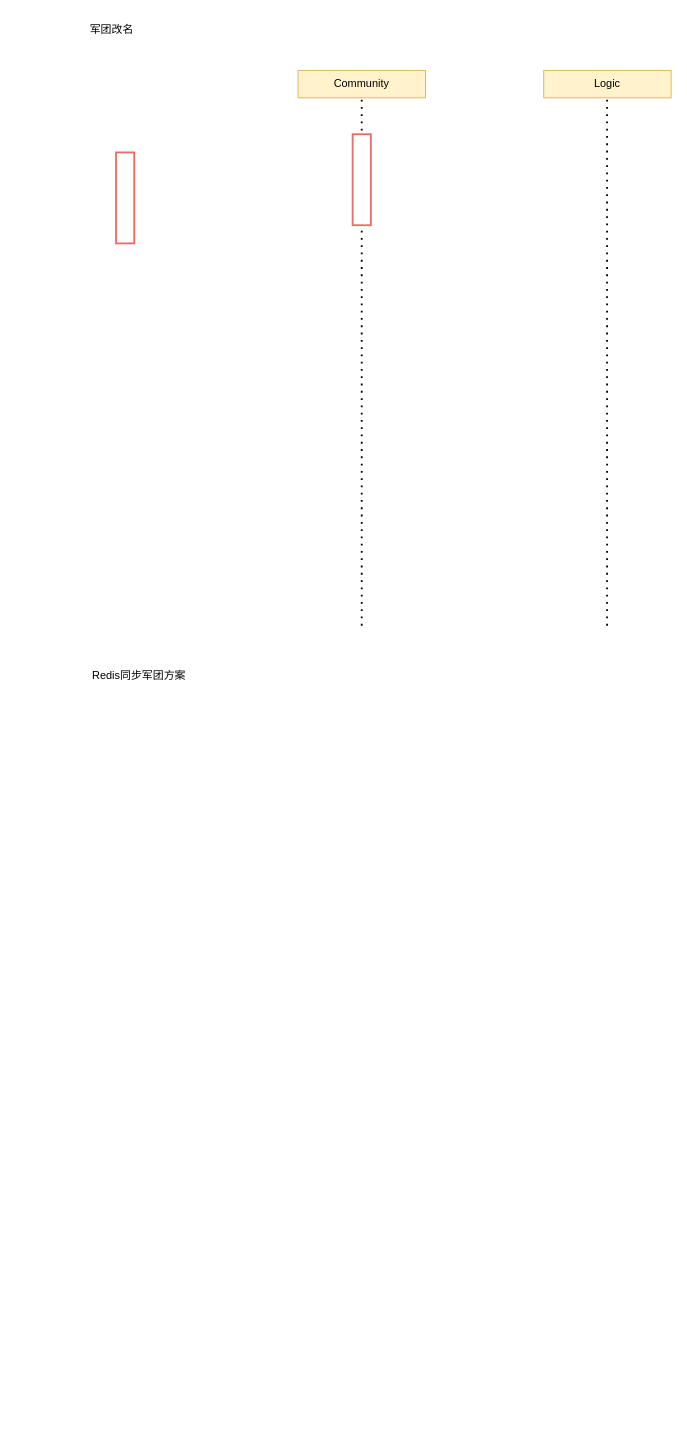
Ordertiny/graph keeps this draw.io diagram as SSJJ2/SSJJ2军团系统迭代.drawio. Above is the earlier version. Source tidied: cells renumbered, new cells numbered last; positions are measured from the earlier drawing's top-left corner, leaving out a move shared by most shapes. Both pictures are drawn from the tidied source at 91%, with x=0, y=0 at pixel (79, 15).
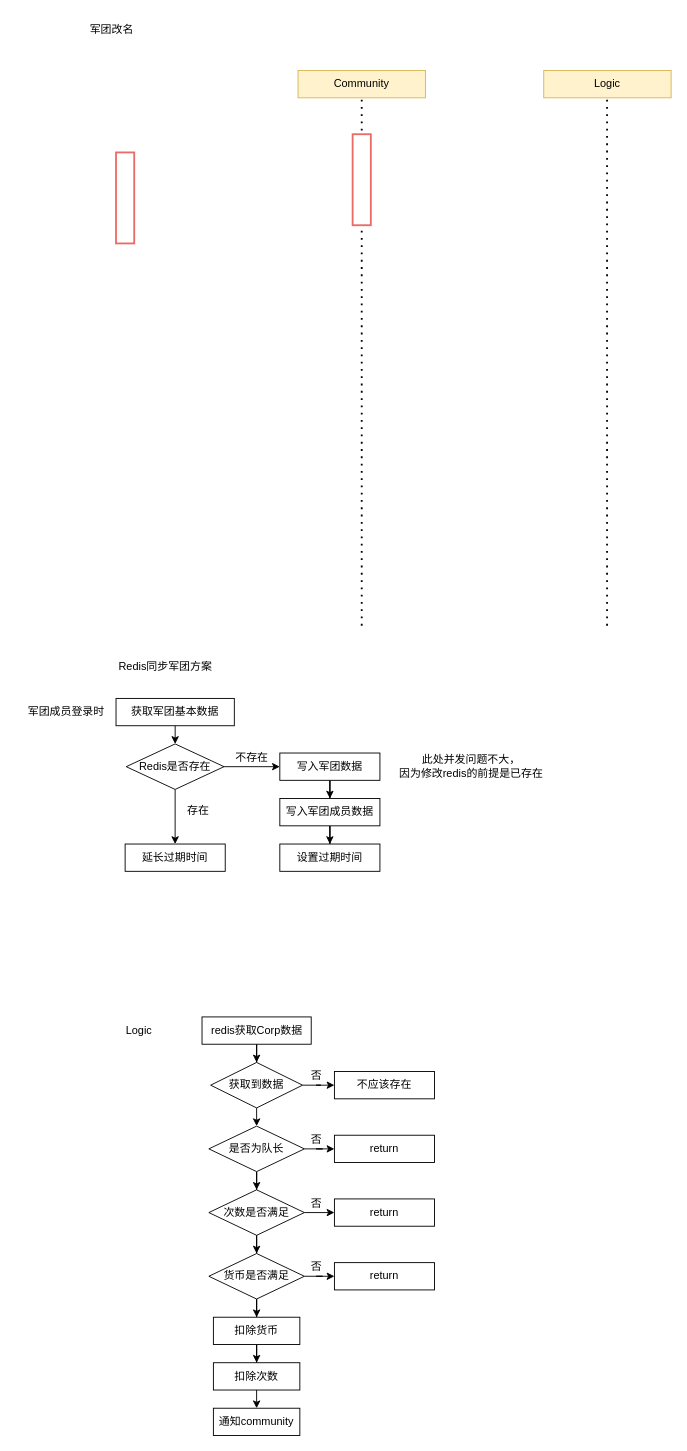
Above is the later version.

Commit message:
更新SSJJ2军团系统迭代.drawio

Diff of the diagram source:
```diff
@@
     <mxCell id="11" value="Redis同步军团方案" style="text;html=1;align=center;verticalAlign=middle;strokeColor=none;fillColor=none;" parent="1" vertex="1">
-      <mxGeometry y="710" width="130" height="30" as="geometry" />
+      <mxGeometry x="28.8" y="700" width="130" height="30" as="geometry" />
     </mxCell>
+    <mxCell id="12" style="edgeStyle=orthogonalEdgeStyle;rounded=0;jettySize=auto;html=1;exitX=0.5;exitY=1;exitDx=0;exitDy=0;entryX=0.5;entryY=0;entryDx=0;entryDy=0;" parent="1" edge="1" source="13" target="16">
+      <mxGeometry relative="1" as="geometry" />
+    </mxCell>
+    <mxCell id="13" value="获取军团基本数据" style="rounded=0;whiteSpace=wrap;html=1;" parent="1" vertex="1">
+      <mxGeometry x="40" y="750" width="130" height="30" as="geometry" />
+    </mxCell>
+    <mxCell id="14" style="edgeStyle=orthogonalEdgeStyle;rounded=0;jettySize=auto;html=1;exitX=1;exitY=0.5;exitDx=0;exitDy=0;" parent="1" edge="1" source="16" target="19">
+      <mxGeometry relative="1" as="geometry" />
+    </mxCell>
+    <mxCell id="15" style="edgeStyle=orthogonalEdgeStyle;rounded=0;jettySize=auto;html=1;exitX=0.5;exitY=1;exitDx=0;exitDy=0;" parent="1" edge="1" source="16" target="17">
+      <mxGeometry relative="1" as="geometry" />
+    </mxCell>
+    <mxCell id="16" value="Redis是否存在" style="rhombus;whiteSpace=wrap;html=1;" parent="1" vertex="1">
+      <mxGeometry x="51.2" y="800" width="107.5" height="50" as="geometry" />
+    </mxCell>
+    <mxCell id="17" value="延长过期时间" style="rounded=0;whiteSpace=wrap;html=1;" parent="1" vertex="1">
+      <mxGeometry x="50" y="910" width="110" height="30" as="geometry" />
+    </mxCell>
+    <mxCell id="18" style="edgeStyle=orthogonalEdgeStyle;rounded=0;jettySize=auto;html=1;exitX=0.5;exitY=1;exitDx=0;exitDy=0;" parent="1" edge="1" source="19" target="21">
+      <mxGeometry relative="1" as="geometry" />
+    </mxCell>
+    <mxCell id="19" value="写入军团数据" style="rounded=0;whiteSpace=wrap;html=1;" parent="1" vertex="1">
+      <mxGeometry x="220" y="810" width="110" height="30" as="geometry" />
+    </mxCell>
+    <mxCell id="20" style="edgeStyle=orthogonalEdgeStyle;rounded=0;jettySize=auto;html=1;exitX=0.5;exitY=1;exitDx=0;exitDy=0;" parent="1" edge="1" source="21" target="22">
+      <mxGeometry relative="1" as="geometry" />
+    </mxCell>
+    <mxCell id="21" value="写入军团成员数据" style="rounded=0;whiteSpace=wrap;html=1;" parent="1" vertex="1">
+      <mxGeometry x="220" y="860" width="110" height="30" as="geometry" />
+    </mxCell>
+    <mxCell id="22" value="设置过期时间" style="rounded=0;whiteSpace=wrap;html=1;" parent="1" vertex="1">
+      <mxGeometry x="220" y="910" width="110" height="30" as="geometry" />
+    </mxCell>
+    <mxCell id="23" value="军团成员登录时" style="text;html=1;align=center;verticalAlign=middle;strokeColor=none;fillColor=none;" parent="1" vertex="1">
+      <mxGeometry x="-70" y="750" width="110" height="30" as="geometry" />
+    </mxCell>
+    <mxCell id="24" value="此处并发问题不大，&lt;br&gt;因为修改redis的前提是已存在" style="text;html=1;align=center;verticalAlign=middle;strokeColor=none;fillColor=none;" parent="1" vertex="1">
+      <mxGeometry x="340" y="805" width="180" height="40" as="geometry" />
+    </mxCell>
+    <mxCell id="25" value="不存在" style="text;html=1;align=center;verticalAlign=middle;strokeColor=none;fillColor=none;" parent="1" vertex="1">
+      <mxGeometry x="158.8" y="800" width="60" height="30" as="geometry" />
+    </mxCell>
+    <mxCell id="26" value="存在" style="text;html=1;align=center;verticalAlign=middle;strokeColor=none;fillColor=none;" parent="1" vertex="1">
+      <mxGeometry x="105" y="858" width="50" height="30" as="geometry" />
+    </mxCell>
+    <mxCell id="27" style="edgeStyle=orthogonalEdgeStyle;rounded=0;jettySize=auto;html=1;exitX=0.5;exitY=1;exitDx=0;exitDy=0;" parent="1" edge="1" source="28" target="31">
+      <mxGeometry relative="1" as="geometry" />
+    </mxCell>
+    <mxCell id="28" value="redis获取Corp数据" style="rounded=0;whiteSpace=wrap;html=1;" parent="1" vertex="1">
+      <mxGeometry x="134.5" y="1100" width="120" height="30" as="geometry" />
+    </mxCell>
+    <mxCell id="29" style="edgeStyle=orthogonalEdgeStyle;rounded=0;jettySize=auto;html=1;exitX=0.5;exitY=1;exitDx=0;exitDy=0;entryX=0.5;entryY=0;entryDx=0;entryDy=0;" parent="1" edge="1" source="31" target="35">
+      <mxGeometry relative="1" as="geometry" />
+    </mxCell>
+    <mxCell id="30" style="edgeStyle=orthogonalEdgeStyle;rounded=0;jettySize=auto;html=1;exitX=1;exitY=0.5;exitDx=0;exitDy=0;" parent="1" edge="1" source="31" target="32">
+      <mxGeometry relative="1" as="geometry" />
+    </mxCell>
+    <mxCell id="31" value="获取到数据" style="rhombus;whiteSpace=wrap;html=1;" parent="1" vertex="1">
+      <mxGeometry x="144" y="1150" width="101" height="50" as="geometry" />
+    </mxCell>
+    <mxCell id="32" value="不应该存在" style="whiteSpace=wrap;html=1;" parent="1" vertex="1">
+      <mxGeometry x="280" y="1160" width="110" height="30" as="geometry" />
+    </mxCell>
+    <mxCell id="33" style="edgeStyle=orthogonalEdgeStyle;rounded=0;jettySize=auto;html=1;exitX=0.5;exitY=1;exitDx=0;exitDy=0;" parent="1" edge="1" source="35" target="38">
+      <mxGeometry relative="1" as="geometry" />
+    </mxCell>
+    <mxCell id="34" style="edgeStyle=orthogonalEdgeStyle;rounded=0;jettySize=auto;html=1;exitX=1;exitY=0.5;exitDx=0;exitDy=0;" parent="1" edge="1" source="35" target="47">
+      <mxGeometry relative="1" as="geometry" />
+    </mxCell>
+    <mxCell id="35" value="是否为队长" style="rhombus;whiteSpace=wrap;html=1;" parent="1" vertex="1">
+      <mxGeometry x="142" y="1220" width="105" height="50" as="geometry" />
+    </mxCell>
+    <mxCell id="36" style="edgeStyle=orthogonalEdgeStyle;rounded=0;jettySize=auto;html=1;exitX=0.5;exitY=1;exitDx=0;exitDy=0;" parent="1" edge="1" source="38" target="41">
+      <mxGeometry relative="1" as="geometry" />
+    </mxCell>
+    <mxCell id="37" style="edgeStyle=orthogonalEdgeStyle;rounded=0;jettySize=auto;html=1;exitX=1;exitY=0.5;exitDx=0;exitDy=0;entryX=0;entryY=0.5;entryDx=0;entryDy=0;" parent="1" edge="1" source="38" target="48">
+      <mxGeometry relative="1" as="geometry" />
+    </mxCell>
+    <mxCell id="38" value="次数是否满足" style="rhombus;whiteSpace=wrap;html=1;" parent="1" vertex="1">
+      <mxGeometry x="142" y="1290" width="105" height="50" as="geometry" />
+    </mxCell>
+    <mxCell id="39" style="edgeStyle=orthogonalEdgeStyle;rounded=0;jettySize=auto;html=1;exitX=0.5;exitY=1;exitDx=0;exitDy=0;" parent="1" edge="1" source="41" target="43">
+      <mxGeometry relative="1" as="geometry" />
+    </mxCell>
+    <mxCell id="40" style="edgeStyle=orthogonalEdgeStyle;rounded=0;jettySize=auto;html=1;exitX=1;exitY=0.5;exitDx=0;exitDy=0;" parent="1" edge="1" source="41" target="49">
+      <mxGeometry relative="1" as="geometry" />
+    </mxCell>
+    <mxCell id="41" value="货币是否满足" style="rhombus;whiteSpace=wrap;html=1;" parent="1" vertex="1">
+      <mxGeometry x="142" y="1360" width="105" height="50" as="geometry" />
+    </mxCell>
+    <mxCell id="42" style="edgeStyle=orthogonalEdgeStyle;rounded=0;jettySize=auto;html=1;exitX=0.5;exitY=1;exitDx=0;exitDy=0;" parent="1" edge="1" source="43" target="45">
+      <mxGeometry relative="1" as="geometry" />
+    </mxCell>
+    <mxCell id="43" value="扣除货币" style="rounded=0;whiteSpace=wrap;html=1;" parent="1" vertex="1">
+      <mxGeometry x="147" y="1430" width="95" height="30" as="geometry" />
+    </mxCell>
+    <mxCell id="44" style="edgeStyle=orthogonalEdgeStyle;rounded=0;jettySize=auto;html=1;exitX=0.5;exitY=1;exitDx=0;exitDy=0;entryX=0.5;entryY=0;entryDx=0;entryDy=0;" parent="1" edge="1" source="45" target="46">
+      <mxGeometry relative="1" as="geometry" />
+    </mxCell>
+    <mxCell id="45" value="扣除次数" style="rounded=0;whiteSpace=wrap;html=1;" parent="1" vertex="1">
+      <mxGeometry x="147" y="1480" width="95" height="30" as="geometry" />
+    </mxCell>
+    <mxCell id="46" value="通知community" style="rounded=0;whiteSpace=wrap;html=1;" parent="1" vertex="1">
+      <mxGeometry x="147" y="1530" width="95" height="30" as="geometry" />
+    </mxCell>
+    <mxCell id="47" value="return" style="whiteSpace=wrap;html=1;" parent="1" vertex="1">
+      <mxGeometry x="280" y="1230" width="110" height="30" as="geometry" />
+    </mxCell>
+    <mxCell id="48" value="return" style="whiteSpace=wrap;html=1;" parent="1" vertex="1">
+      <mxGeometry x="280" y="1300" width="110" height="30" as="geometry" />
+    </mxCell>
+    <mxCell id="49" value="return" style="whiteSpace=wrap;html=1;" parent="1" vertex="1">
+      <mxGeometry x="280" y="1370" width="110" height="30" as="geometry" />
+    </mxCell>
+    <mxCell id="50" value="否" style="text;html=1;align=center;verticalAlign=middle;strokeColor=none;fillColor=none;" parent="1" vertex="1">
+      <mxGeometry x="240" y="1150" width="40" height="30" as="geometry" />
+    </mxCell>
+    <mxCell id="51" value="否" style="text;html=1;align=center;verticalAlign=middle;strokeColor=none;fillColor=none;" parent="1" vertex="1">
+      <mxGeometry x="240" y="1220" width="40" height="30" as="geometry" />
+    </mxCell>
+    <mxCell id="52" value="否" style="text;html=1;align=center;verticalAlign=middle;strokeColor=none;fillColor=none;" parent="1" vertex="1">
+      <mxGeometry x="240" y="1290" width="40" height="30" as="geometry" />
+    </mxCell>
+    <mxCell id="53" value="否" style="text;html=1;align=center;verticalAlign=middle;strokeColor=none;fillColor=none;" parent="1" vertex="1">
+      <mxGeometry x="240" y="1360" width="40" height="30" as="geometry" />
+    </mxCell>
+    <mxCell id="54" value="Logic" style="text;html=1;align=center;verticalAlign=middle;strokeColor=none;fillColor=none;" parent="1" vertex="1">
+      <mxGeometry x="40" y="1100" width="50" height="30" as="geometry" />
+    </mxCell>
```
